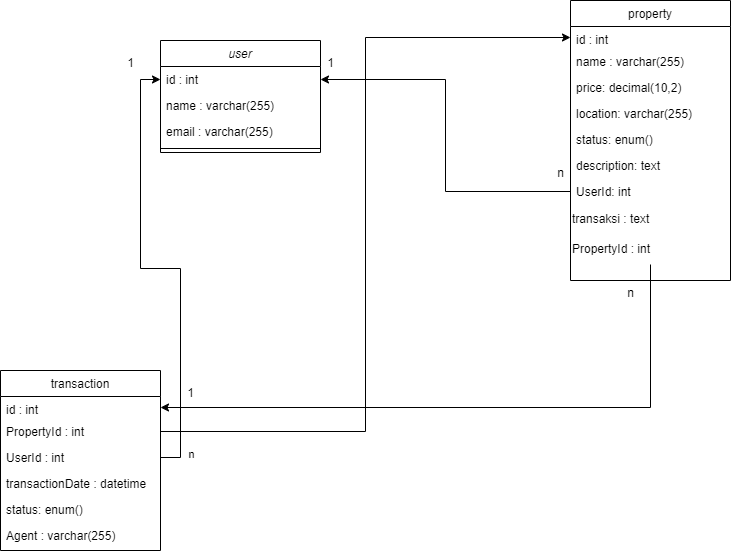
The draw.io diagram image/CDiagram.png in ArkanFarrel/Ujikom_External_BACKEND, before a commit. Source tidied: cells renumbered, new cells last; positions are measured from the earlier drawing's top-left corner, leaving out a move shared by most shapes. The source it was exported from:
```xml
<mxGraphModel>
  <root>
    <mxCell id="0" />
    <mxCell id="1" parent="0" />
    <mxCell id="2" value="user" style="swimlane;fontStyle=2;align=center;verticalAlign=top;horizontal=1;startSize=26;rounded=0;shadow=0;strokeWidth=1;" parent="1" vertex="1">
      <mxGeometry x="160" y="40" width="160" height="112" as="geometry" />
    </mxCell>
    <mxCell id="3" value="id : int" style="text;align=left;verticalAlign=top;spacingLeft=4;spacingRight=4;overflow=hidden;points=[[0,0.5],[1,0.5]];portConstraint=eastwest;" parent="2" vertex="1">
      <mxGeometry y="26" width="160" height="26" as="geometry" />
    </mxCell>
    <mxCell id="4" value="name : varchar(255)" style="text;align=left;verticalAlign=top;spacingLeft=4;spacingRight=4;overflow=hidden;rounded=0;shadow=0;html=0;" parent="2" vertex="1">
      <mxGeometry y="52" width="160" height="26" as="geometry" />
    </mxCell>
    <mxCell id="5" value="email : varchar(255)" style="text;align=left;verticalAlign=top;spacingLeft=4;spacingRight=4;overflow=hidden;rounded=0;shadow=0;html=0;" parent="2" vertex="1">
      <mxGeometry y="78" width="160" height="26" as="geometry" />
    </mxCell>
    <mxCell id="6" style="line;html=1;strokeWidth=1;align=left;verticalAlign=middle;spacingTop=-1;spacingLeft=3;spacingRight=3;labelPosition=right;" parent="2" vertex="1">
      <mxGeometry y="104" width="160" height="8" as="geometry" />
    </mxCell>
    <mxCell id="7" value="property" style="swimlane;fontStyle=0;align=center;verticalAlign=top;horizontal=1;startSize=26;rounded=0;shadow=0;strokeWidth=1;" parent="1" vertex="1">
      <mxGeometry x="570" width="160" height="280" as="geometry" />
    </mxCell>
    <mxCell id="8" value="id : int" style="text;align=left;verticalAlign=top;spacingLeft=4;spacingRight=4;overflow=hidden;points=[[0,0.5],[1,0.5]];portConstraint=eastwest;" parent="7" vertex="1">
      <mxGeometry y="26" width="160" height="22" as="geometry" />
    </mxCell>
    <mxCell id="9" value="name : varchar(255)" style="text;align=left;verticalAlign=top;spacingLeft=4;spacingRight=4;overflow=hidden;rounded=0;shadow=0;html=0;" parent="7" vertex="1">
      <mxGeometry y="48" width="160" height="26" as="geometry" />
    </mxCell>
    <mxCell id="10" value="price: decimal(10,2)" style="text;align=left;verticalAlign=top;spacingLeft=4;spacingRight=4;overflow=hidden;rounded=0;shadow=0;html=0;" parent="7" vertex="1">
      <mxGeometry y="74" width="160" height="26" as="geometry" />
    </mxCell>
    <mxCell id="11" value="location: varchar(255)" style="text;align=left;verticalAlign=top;spacingLeft=4;spacingRight=4;overflow=hidden;rounded=0;shadow=0;html=0;" parent="7" vertex="1">
      <mxGeometry y="100" width="160" height="26" as="geometry" />
    </mxCell>
    <mxCell id="12" value="status: enum()&#10;" style="text;align=left;verticalAlign=top;spacingLeft=4;spacingRight=4;overflow=hidden;rounded=0;shadow=0;html=0;" parent="7" vertex="1">
      <mxGeometry y="126" width="160" height="26" as="geometry" />
    </mxCell>
    <mxCell id="13" value="description: text" style="text;align=left;verticalAlign=top;spacingLeft=4;spacingRight=4;overflow=hidden;" parent="7" vertex="1">
      <mxGeometry y="152" width="160" height="26" as="geometry" />
    </mxCell>
    <mxCell id="14" value="UserId: int" style="text;align=left;verticalAlign=top;spacingLeft=4;spacingRight=4;overflow=hidden;points=[[0,0.5],[1,0.5]];portConstraint=eastwest;" parent="7" vertex="1">
      <mxGeometry y="178" width="160" height="26" as="geometry" />
    </mxCell>
    <mxCell id="15" value="transaksi : text" style="text;html=1;align=left;verticalAlign=middle;strokeColor=none;fillColor=none;" parent="7" vertex="1">
      <mxGeometry y="204" width="160" height="30" as="geometry" />
    </mxCell>
    <mxCell id="16" value="PropertyId : int" style="text;html=1;align=left;verticalAlign=middle;points=[];strokeColor=none;fillColor=none;" parent="7" vertex="1">
      <mxGeometry y="234" width="160" height="30" as="geometry" />
    </mxCell>
    <mxCell id="17" style="edgeStyle=orthogonalEdgeStyle;rounded=0;jettySize=auto;html=1;entryX=1;entryY=0.5;entryDx=0;entryDy=0;" parent="1" edge="1" source="14" target="3">
      <mxGeometry relative="1" as="geometry" />
    </mxCell>
    <mxCell id="18" value="transaction" style="swimlane;fontStyle=0;align=center;verticalAlign=top;horizontal=1;startSize=26;rounded=0;shadow=0;strokeWidth=1;" parent="1" vertex="1">
      <mxGeometry y="370" width="160" height="180" as="geometry" />
    </mxCell>
    <mxCell id="19" value="id : int" style="text;align=left;verticalAlign=top;spacingLeft=4;spacingRight=4;overflow=hidden;points=[[0,0.5],[1,0.5]];portConstraint=eastwest;" parent="18" vertex="1">
      <mxGeometry y="26" width="160" height="22" as="geometry" />
    </mxCell>
    <mxCell id="20" value="PropertyId : int" style="text;align=left;verticalAlign=top;spacingLeft=4;spacingRight=4;overflow=hidden;points=[[0,0.5],[1,0.5]];portConstraint=eastwest;rounded=0;shadow=0;html=0;" parent="18" vertex="1">
      <mxGeometry y="48" width="160" height="26" as="geometry" />
    </mxCell>
    <mxCell id="21" value="UserId : int" style="text;align=left;verticalAlign=top;spacingLeft=4;spacingRight=4;overflow=hidden;points=[[0,0.5],[1,0.5]];portConstraint=eastwest;rounded=0;shadow=0;html=0;" parent="18" vertex="1">
      <mxGeometry y="74" width="160" height="26" as="geometry" />
    </mxCell>
    <mxCell id="22" value="transactionDate : datetime" style="text;align=left;verticalAlign=top;spacingLeft=4;spacingRight=4;overflow=hidden;rounded=0;shadow=0;html=0;" parent="18" vertex="1">
      <mxGeometry y="100" width="160" height="26" as="geometry" />
    </mxCell>
    <mxCell id="23" value="status: enum()&#10;" style="text;align=left;verticalAlign=top;spacingLeft=4;spacingRight=4;overflow=hidden;rounded=0;shadow=0;html=0;" parent="18" vertex="1">
      <mxGeometry y="126" width="160" height="26" as="geometry" />
    </mxCell>
    <mxCell id="24" value="Agent : varchar(255)" style="text;align=left;verticalAlign=top;spacingLeft=4;spacingRight=4;overflow=hidden;" parent="18" vertex="1">
      <mxGeometry y="152" width="160" height="26" as="geometry" />
    </mxCell>
    <mxCell id="25" style="edgeStyle=orthogonalEdgeStyle;rounded=0;jettySize=auto;html=1;entryX=1;entryY=0.5;entryDx=0;entryDy=0;" parent="1" edge="1" source="16" target="19">
      <mxGeometry relative="1" as="geometry" />
    </mxCell>
    <mxCell id="26" style="edgeStyle=orthogonalEdgeStyle;rounded=0;jettySize=auto;html=1;entryX=0;entryY=0.5;entryDx=0;entryDy=0;" parent="1" edge="1" source="20" target="8">
      <mxGeometry relative="1" as="geometry" />
    </mxCell>
    <mxCell id="27" style="edgeStyle=orthogonalEdgeStyle;rounded=0;jettySize=auto;html=1;entryX=0;entryY=0.5;entryDx=0;entryDy=0;" parent="1" edge="1" source="21" target="3">
      <mxGeometry relative="1" as="geometry" />
    </mxCell>
    <mxCell id="28" value="n" style="edgeLabel;html=1;align=center;verticalAlign=middle;" parent="27" vertex="1">
      <mxGeometry x="-0.9" y="-10" relative="1" as="geometry" />
    </mxCell>
    <mxCell id="29" value="n" style="text;html=1;align=center;verticalAlign=middle;strokeColor=none;fillColor=none;" parent="1" vertex="1">
      <mxGeometry x="545" y="158" width="30" height="30" as="geometry" />
    </mxCell>
    <mxCell id="30" value="1" style="text;html=1;align=center;verticalAlign=middle;strokeColor=none;fillColor=none;" parent="1" vertex="1">
      <mxGeometry x="315" y="48" width="30" height="30" as="geometry" />
    </mxCell>
    <mxCell id="31" value="1" style="text;html=1;align=center;verticalAlign=middle;strokeColor=none;fillColor=none;" parent="1" vertex="1">
      <mxGeometry x="115" y="48" width="30" height="30" as="geometry" />
    </mxCell>
    <mxCell id="32" value="n" style="text;html=1;align=center;verticalAlign=middle;strokeColor=none;fillColor=none;" parent="1" vertex="1">
      <mxGeometry x="615" y="278" width="30" height="30" as="geometry" />
    </mxCell>
    <mxCell id="33" value="1" style="text;html=1;align=center;verticalAlign=middle;strokeColor=none;fillColor=none;" parent="1" vertex="1">
      <mxGeometry x="175" y="378" width="30" height="30" as="geometry" />
    </mxCell>
  </root>
</mxGraphModel>
```
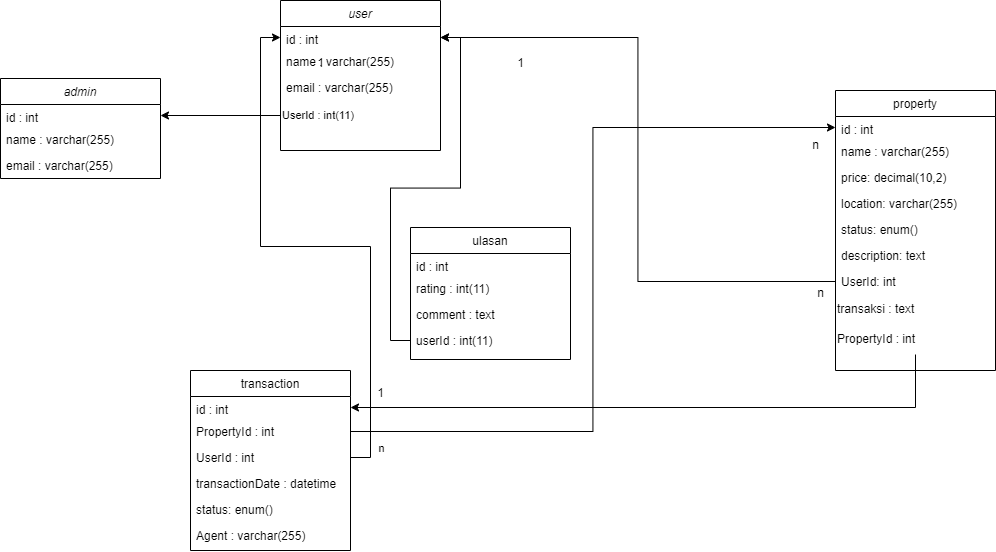
Later version of the same file.

The edit, as a diff of the source:
```diff
@@ -3,22 +3,22 @@
     <mxCell id="0" />
     <mxCell id="1" parent="0" />
     <mxCell id="2" value="user" style="swimlane;fontStyle=2;align=center;verticalAlign=top;horizontal=1;startSize=26;rounded=0;shadow=0;strokeWidth=1;" parent="1" vertex="1">
-      <mxGeometry x="160" y="40" width="160" height="112" as="geometry" />
+      <mxGeometry x="90" width="160" height="150" as="geometry" />
     </mxCell>
     <mxCell id="3" value="id : int" style="text;align=left;verticalAlign=top;spacingLeft=4;spacingRight=4;overflow=hidden;points=[[0,0.5],[1,0.5]];portConstraint=eastwest;" parent="2" vertex="1">
-      <mxGeometry y="26" width="160" height="26" as="geometry" />
+      <mxGeometry y="26" width="160" height="22" as="geometry" />
     </mxCell>
     <mxCell id="4" value="name : varchar(255)" style="text;align=left;verticalAlign=top;spacingLeft=4;spacingRight=4;overflow=hidden;rounded=0;shadow=0;html=0;" parent="2" vertex="1">
-      <mxGeometry y="52" width="160" height="26" as="geometry" />
+      <mxGeometry y="48" width="160" height="26" as="geometry" />
     </mxCell>
     <mxCell id="5" value="email : varchar(255)" style="text;align=left;verticalAlign=top;spacingLeft=4;spacingRight=4;overflow=hidden;rounded=0;shadow=0;html=0;" parent="2" vertex="1">
-      <mxGeometry y="78" width="160" height="26" as="geometry" />
+      <mxGeometry y="74" width="160" height="26" as="geometry" />
     </mxCell>
-    <mxCell id="6" style="line;html=1;strokeWidth=1;align=left;verticalAlign=middle;spacingTop=-1;spacingLeft=3;spacingRight=3;labelPosition=right;" parent="2" vertex="1">
-      <mxGeometry y="104" width="160" height="8" as="geometry" />
-    </mxCell>
+    <mxCell id="34" value="UserId : int(11)" style="text;html=1;align=left;verticalAlign=middle;points=[];strokeColor=none;fillColor=none;fontSize=11;" parent="2" vertex="1">
+      <mxGeometry y="100" width="160" height="30" as="geometry" />
+    </mxCell>
     <mxCell id="7" value="property" style="swimlane;fontStyle=0;align=center;verticalAlign=top;horizontal=1;startSize=26;rounded=0;shadow=0;strokeWidth=1;" parent="1" vertex="1">
-      <mxGeometry x="570" width="160" height="280" as="geometry" />
+      <mxGeometry x="645" y="90" width="160" height="280" as="geometry" />
     </mxCell>
     <mxCell id="8" value="id : int" style="text;align=left;verticalAlign=top;spacingLeft=4;spacingRight=4;overflow=hidden;points=[[0,0.5],[1,0.5]];portConstraint=eastwest;" parent="7" vertex="1">
       <mxGeometry y="26" width="160" height="22" as="geometry" />
@@ -71,9 +71,6 @@
     <mxCell id="24" value="Agent : varchar(255)" style="text;align=left;verticalAlign=top;spacingLeft=4;spacingRight=4;overflow=hidden;" parent="18" vertex="1">
       <mxGeometry y="152" width="160" height="26" as="geometry" />
     </mxCell>
-    <mxCell id="25" style="edgeStyle=orthogonalEdgeStyle;rounded=0;jettySize=auto;html=1;entryX=1;entryY=0.5;entryDx=0;entryDy=0;" parent="1" edge="1" source="16" target="19">
-      <mxGeometry relative="1" as="geometry" />
-    </mxCell>
     <mxCell id="26" style="edgeStyle=orthogonalEdgeStyle;rounded=0;jettySize=auto;html=1;entryX=0;entryY=0.5;entryDx=0;entryDy=0;" parent="1" edge="1" source="20" target="8">
       <mxGeometry relative="1" as="geometry" />
     </mxCell>
@@ -84,7 +81,7 @@
       <mxGeometry x="-0.9" y="-10" relative="1" as="geometry" />
     </mxCell>
     <mxCell id="29" value="n" style="text;html=1;align=center;verticalAlign=middle;strokeColor=none;fillColor=none;" parent="1" vertex="1">
-      <mxGeometry x="545" y="158" width="30" height="30" as="geometry" />
+      <mxGeometry x="610" y="130" width="30" height="30" as="geometry" />
     </mxCell>
     <mxCell id="30" value="1" style="text;html=1;align=center;verticalAlign=middle;strokeColor=none;fillColor=none;" parent="1" vertex="1">
       <mxGeometry x="315" y="48" width="30" height="30" as="geometry" />
@@ -98,5 +95,41 @@
     <mxCell id="33" value="1" style="text;html=1;align=center;verticalAlign=middle;strokeColor=none;fillColor=none;" parent="1" vertex="1">
       <mxGeometry x="175" y="378" width="30" height="30" as="geometry" />
     </mxCell>
+    <mxCell id="35" value="ulasan" style="swimlane;fontStyle=0;align=center;verticalAlign=top;horizontal=1;startSize=26;rounded=0;shadow=0;strokeWidth=1;" parent="1" vertex="1">
+      <mxGeometry x="220" y="227" width="160" height="132" as="geometry" />
+    </mxCell>
+    <mxCell id="36" value="id : int" style="text;align=left;verticalAlign=top;spacingLeft=4;spacingRight=4;overflow=hidden;" parent="35" vertex="1">
+      <mxGeometry y="26" width="160" height="22" as="geometry" />
+    </mxCell>
+    <mxCell id="37" value="rating : int(11)" style="text;align=left;verticalAlign=top;spacingLeft=4;spacingRight=4;overflow=hidden;rounded=0;shadow=0;html=0;" parent="35" vertex="1">
+      <mxGeometry y="48" width="160" height="26" as="geometry" />
+    </mxCell>
+    <mxCell id="38" value="comment : text" style="text;align=left;verticalAlign=top;spacingLeft=4;spacingRight=4;overflow=hidden;rounded=0;shadow=0;html=0;" parent="35" vertex="1">
+      <mxGeometry y="74" width="160" height="26" as="geometry" />
+    </mxCell>
+    <mxCell id="39" value="userId : int(11)" style="text;align=left;verticalAlign=top;spacingLeft=4;spacingRight=4;overflow=hidden;points=[[0,0.5],[1,0.5]];portConstraint=eastwest;rounded=0;shadow=0;html=0;" parent="35" vertex="1">
+      <mxGeometry y="100" width="160" height="26" as="geometry" />
+    </mxCell>
+    <mxCell id="25" style="edgeStyle=orthogonalEdgeStyle;rounded=0;jettySize=auto;html=1;" parent="1" edge="1" source="16" target="19">
+      <mxGeometry relative="1" as="geometry" />
+    </mxCell>
+    <mxCell id="40" style="edgeStyle=orthogonalEdgeStyle;rounded=0;jettySize=auto;html=1;" parent="1" edge="1" source="39" target="3">
+      <mxGeometry relative="1" as="geometry" />
+    </mxCell>
+    <mxCell id="41" value="admin" style="swimlane;fontStyle=2;align=center;verticalAlign=top;horizontal=1;startSize=26;rounded=0;shadow=0;strokeWidth=1;" parent="1" vertex="1">
+      <mxGeometry x="-190" y="78" width="160" height="100" as="geometry" />
+    </mxCell>
+    <mxCell id="42" value="id : int" style="text;align=left;verticalAlign=top;spacingLeft=4;spacingRight=4;overflow=hidden;points=[[0,0.5],[1,0.5]];portConstraint=eastwest;" parent="41" vertex="1">
+      <mxGeometry y="26" width="160" height="22" as="geometry" />
+    </mxCell>
+    <mxCell id="43" value="name : varchar(255)" style="text;align=left;verticalAlign=top;spacingLeft=4;spacingRight=4;overflow=hidden;rounded=0;shadow=0;html=0;" parent="41" vertex="1">
+      <mxGeometry y="48" width="160" height="26" as="geometry" />
+    </mxCell>
+    <mxCell id="44" value="email : varchar(255)" style="text;align=left;verticalAlign=top;spacingLeft=4;spacingRight=4;overflow=hidden;rounded=0;shadow=0;html=0;" parent="41" vertex="1">
+      <mxGeometry y="74" width="160" height="26" as="geometry" />
+    </mxCell>
+    <mxCell id="45" style="edgeStyle=orthogonalEdgeStyle;rounded=0;jettySize=auto;html=1;" parent="1" edge="1" source="34" target="42">
+      <mxGeometry relative="1" as="geometry" />
+    </mxCell>
   </root>
 </mxGraphModel>
```
